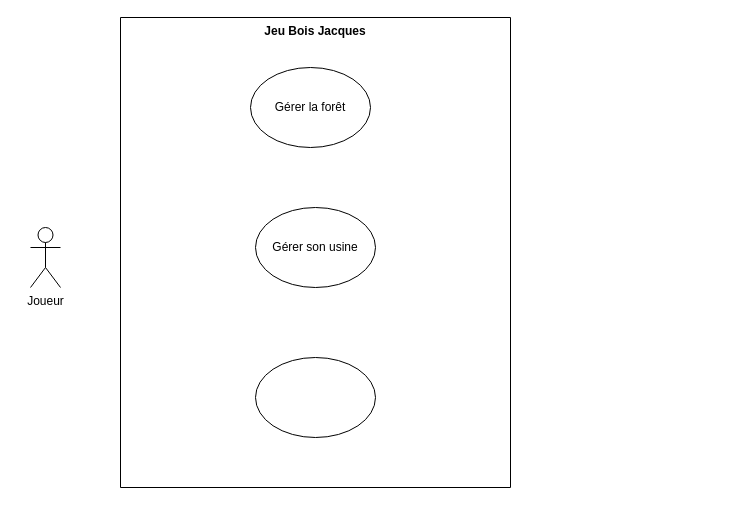
Above: page "DCU" (3 of 3) of UML_diagrams/reduced_visibility_uml.drawio in QuinD3cim/AP4B_Lumber (draw.io), before the change. Source tidied: cells renumbered, new cells numbered last; positions are measured from the earlier drawing's top-left corner, leaving out a move shared by most shapes. Both pictures are drawn from the tidied source at 100%, with x=0, y=0 at pixel (30, 17).
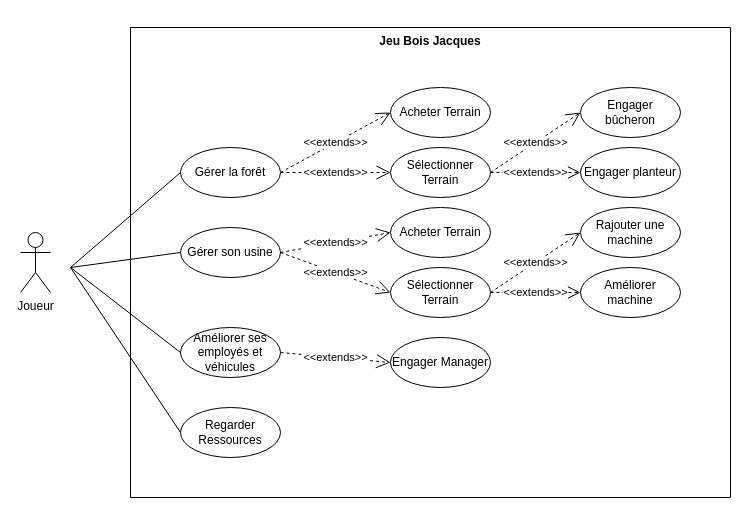
The same page after the edit.

What changed in the source:
```diff
@@
     <mxCell id="2" value="Joueur" style="shape=umlActor;verticalLabelPosition=bottom;verticalAlign=top;html=1;" parent="1" vertex="1">
-      <mxGeometry y="210" width="30" height="60" as="geometry" />
+      <mxGeometry x="-10" y="215" width="30" height="60" as="geometry" />
     </mxCell>
     <mxCell id="3" value="Jeu Bois Jacques" style="swimlane;startSize=0;verticalAlign=top;" parent="1" vertex="1">
-      <mxGeometry x="90" width="390" height="470" as="geometry" />
+      <mxGeometry x="100" y="10" width="600" height="470" as="geometry" />
     </mxCell>
+    <mxCell id="7" value="&amp;lt;&amp;lt;extends&amp;gt;&amp;gt;" style="edgeStyle=none;html=1;entryX=0;entryY=0.5;entryDx=0;entryDy=0;endArrow=open;endFill=0;endSize=12;strokeWidth=1;exitX=1;exitY=0.5;exitDx=0;exitDy=0;dashed=1;" parent="3" edge="1" source="4" target="13">
+      <mxGeometry relative="1" as="geometry" />
+    </mxCell>
+    <mxCell id="8" value="&amp;lt;&amp;lt;extends&amp;gt;&amp;gt;" style="edgeStyle=none;html=1;entryX=0;entryY=0.5;entryDx=0;entryDy=0;dashed=1;endArrow=open;endFill=0;endSize=12;strokeWidth=1;exitX=1;exitY=0.5;exitDx=0;exitDy=0;" parent="3" edge="1" source="4" target="17">
+      <mxGeometry relative="1" as="geometry" />
+    </mxCell>
     <mxCell id="4" value="Gérer la forêt" style="ellipse;whiteSpace=wrap;html=1;" parent="3" vertex="1">
-      <mxGeometry x="130" y="50" width="120" height="80" as="geometry" />
+      <mxGeometry x="50" y="120" width="100" height="50" as="geometry" />
     </mxCell>
+    <mxCell id="9" value="&amp;lt;&amp;lt;extends&amp;gt;&amp;gt;" style="edgeStyle=none;html=1;entryX=0;entryY=0.5;entryDx=0;entryDy=0;dashed=1;endArrow=open;endFill=0;endSize=12;strokeWidth=1;exitX=1;exitY=0.5;exitDx=0;exitDy=0;" parent="3" edge="1" source="5" target="18">
+      <mxGeometry relative="1" as="geometry" />
+    </mxCell>
+    <mxCell id="10" value="&amp;lt;&amp;lt;extends&amp;gt;&amp;gt;" style="edgeStyle=none;html=1;entryX=0;entryY=0.5;entryDx=0;entryDy=0;dashed=1;endArrow=open;endFill=0;endSize=12;strokeWidth=1;exitX=1;exitY=0.5;exitDx=0;exitDy=0;" parent="3" edge="1" source="5" target="23">
+      <mxGeometry relative="1" as="geometry" />
+    </mxCell>
     <mxCell id="5" value="Gérer son usine" style="ellipse;whiteSpace=wrap;html=1;" parent="3" vertex="1">
-      <mxGeometry x="135" y="190" width="120" height="80" as="geometry" />
+      <mxGeometry x="50" y="200" width="100" height="50" as="geometry" />
     </mxCell>
-    <mxCell id="6" style="ellipse;whiteSpace=wrap;html=1;" parent="3" vertex="1">
-      <mxGeometry x="135" y="340" width="120" height="80" as="geometry" />
-    </mxCell>
+    <mxCell id="11" value="&amp;lt;&amp;lt;extends&amp;gt;&amp;gt;" style="edgeStyle=none;html=1;entryX=0;entryY=0.5;entryDx=0;entryDy=0;dashed=1;endArrow=open;endFill=0;endSize=12;strokeWidth=1;exitX=1;exitY=0.5;exitDx=0;exitDy=0;" parent="3" edge="1" source="12" target="26">
+      <mxGeometry relative="1" as="geometry" />
+    </mxCell>
+    <mxCell id="12" value="Améliorer ses employés et véhicules" style="ellipse;whiteSpace=wrap;html=1;" parent="3" vertex="1">
+      <mxGeometry x="50" y="300" width="100" height="50" as="geometry" />
+    </mxCell>
+    <mxCell id="13" value="Acheter Terrain" style="ellipse;whiteSpace=wrap;html=1;" parent="3" vertex="1">
+      <mxGeometry x="260" y="60" width="100" height="50" as="geometry" />
+    </mxCell>
+    <mxCell id="14" value="Regarder Ressources" style="ellipse;whiteSpace=wrap;html=1;" parent="3" vertex="1">
+      <mxGeometry x="50" y="380" width="100" height="50" as="geometry" />
+    </mxCell>
+    <mxCell id="15" value="&amp;lt;&amp;lt;extends&amp;gt;&amp;gt;" style="edgeStyle=none;html=1;entryX=0;entryY=0.5;entryDx=0;entryDy=0;dashed=1;endArrow=open;endFill=0;endSize=12;strokeWidth=1;exitX=1;exitY=0.5;exitDx=0;exitDy=0;" parent="3" edge="1" source="17" target="24">
+      <mxGeometry relative="1" as="geometry" />
+    </mxCell>
+    <mxCell id="16" value="&amp;lt;&amp;lt;extends&amp;gt;&amp;gt;" style="edgeStyle=none;html=1;entryX=0;entryY=0.5;entryDx=0;entryDy=0;dashed=1;endArrow=open;endFill=0;endSize=12;strokeWidth=1;exitX=1;exitY=0.5;exitDx=0;exitDy=0;" parent="3" edge="1" source="17" target="25">
+      <mxGeometry relative="1" as="geometry" />
+    </mxCell>
+    <mxCell id="17" value="Sélectionner Terrain" style="ellipse;whiteSpace=wrap;html=1;" parent="3" vertex="1">
+      <mxGeometry x="260" y="120" width="100" height="50" as="geometry" />
+    </mxCell>
+    <mxCell id="18" value="Acheter Terrain" style="ellipse;whiteSpace=wrap;html=1;" parent="3" vertex="1">
+      <mxGeometry x="260" y="180" width="100" height="50" as="geometry" />
+    </mxCell>
+    <mxCell id="19" value="Rajouter une machine" style="ellipse;whiteSpace=wrap;html=1;" parent="3" vertex="1">
+      <mxGeometry x="450" y="180" width="100" height="50" as="geometry" />
+    </mxCell>
+    <mxCell id="20" value="Améliorer machine" style="ellipse;whiteSpace=wrap;html=1;" parent="3" vertex="1">
+      <mxGeometry x="450" y="240" width="100" height="50" as="geometry" />
+    </mxCell>
+    <mxCell id="21" value="&amp;lt;&amp;lt;extends&amp;gt;&amp;gt;" style="edgeStyle=none;html=1;entryX=0;entryY=0.5;entryDx=0;entryDy=0;dashed=1;endArrow=open;endFill=0;endSize=12;strokeWidth=1;exitX=1;exitY=0.5;exitDx=0;exitDy=0;" parent="3" edge="1" source="23" target="19">
+      <mxGeometry relative="1" as="geometry" />
+    </mxCell>
+    <mxCell id="22" value="&amp;lt;&amp;lt;extends&amp;gt;&amp;gt;" style="edgeStyle=none;html=1;entryX=0;entryY=0.5;entryDx=0;entryDy=0;dashed=1;endArrow=open;endFill=0;endSize=12;strokeWidth=1;exitX=1;exitY=0.5;exitDx=0;exitDy=0;" parent="3" edge="1" source="23" target="20">
+      <mxGeometry relative="1" as="geometry" />
+    </mxCell>
+    <mxCell id="23" value="Sélectionner Terrain" style="ellipse;whiteSpace=wrap;html=1;" parent="3" vertex="1">
+      <mxGeometry x="260" y="240" width="100" height="50" as="geometry" />
+    </mxCell>
+    <mxCell id="24" value="Engager bûcheron" style="ellipse;whiteSpace=wrap;html=1;" parent="3" vertex="1">
+      <mxGeometry x="450" y="60" width="100" height="50" as="geometry" />
+    </mxCell>
+    <mxCell id="25" value="Engager planteur" style="ellipse;whiteSpace=wrap;html=1;" parent="3" vertex="1">
+      <mxGeometry x="450" y="120" width="100" height="50" as="geometry" />
+    </mxCell>
+    <mxCell id="26" value="Engager Manager" style="ellipse;whiteSpace=wrap;html=1;" parent="3" vertex="1">
+      <mxGeometry x="260" y="310" width="100" height="50" as="geometry" />
+    </mxCell>
+    <mxCell id="27" style="endArrow=none;html=1;entryX=0;entryY=0.5;entryDx=0;entryDy=0;strokeWidth=1;endSize=12;endFill=0;" parent="1" edge="1" target="5">
+      <mxGeometry relative="1" as="geometry">
+        <mxPoint x="40" y="250" as="sourcePoint" />
+      </mxGeometry>
+    </mxCell>
+    <mxCell id="28" style="endArrow=none;html=1;entryX=0;entryY=0.5;entryDx=0;entryDy=0;strokeWidth=1;endSize=12;endFill=0;" parent="1" edge="1" target="4">
+      <mxGeometry relative="1" as="geometry">
+        <mxPoint x="40" y="250" as="sourcePoint" />
+      </mxGeometry>
+    </mxCell>
+    <mxCell id="29" style="endArrow=none;html=1;entryX=0;entryY=0.5;entryDx=0;entryDy=0;strokeWidth=1;endSize=12;endFill=0;" parent="1" edge="1" target="12">
+      <mxGeometry relative="1" as="geometry">
+        <mxPoint x="40" y="250" as="sourcePoint" />
+      </mxGeometry>
+    </mxCell>
+    <mxCell id="30" style="edgeStyle=none;html=1;endArrow=none;endFill=0;endSize=12;strokeWidth=1;exitX=0;exitY=0.5;exitDx=0;exitDy=0;" parent="1" edge="1" source="14">
+      <mxGeometry relative="1" as="geometry">
+        <mxPoint x="40" y="250" as="targetPoint" />
+      </mxGeometry>
+    </mxCell>
```
